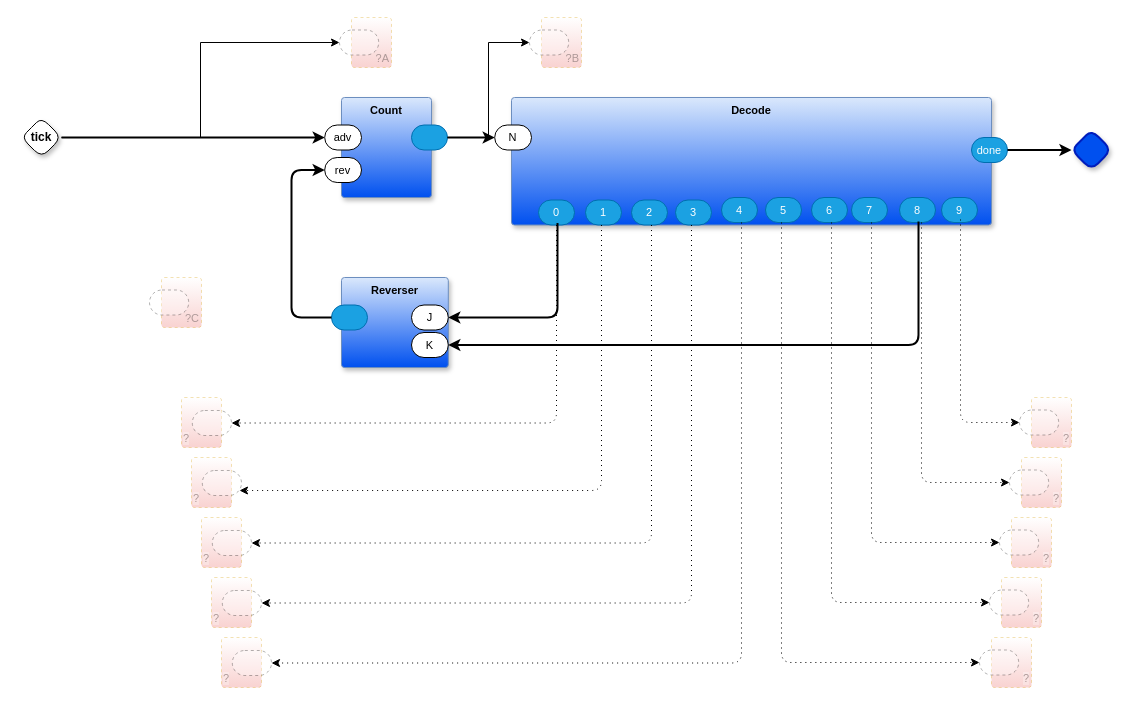
Before: page "bulk" (2 of 2) of larsen/scanner3/scanner3.drawio in guitarvydas/pong1d, a draw.io diagram. Source tidied: cells renumbered, new cells numbered last; positions are measured from the earlier drawing's top-left corner, leaving out a move shared by most shapes. Both pictures are drawn from the tidied source at 100%, with x=0, y=0 at pixel (21, 17).
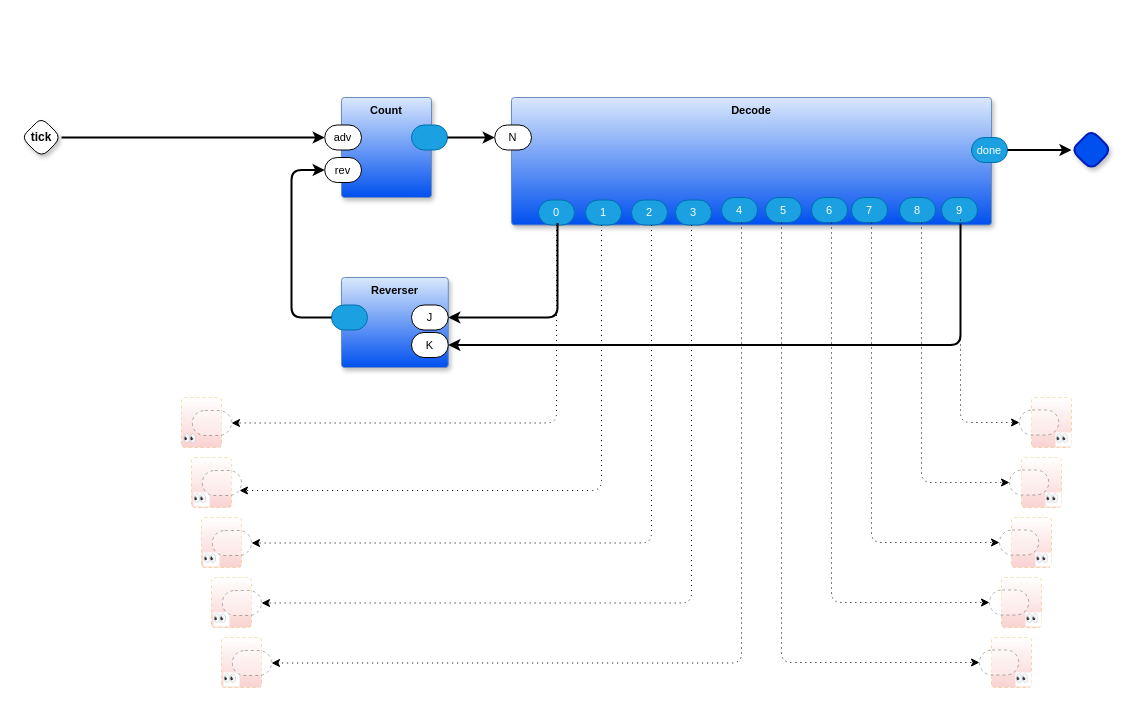
The same diagram, later.

The change refers to these unchanged cells:
```xml
<mxCell id="3" value="tick" style="rhombus;whiteSpace=wrap;html=1;rounded=1;fontStyle=1;glass=0;sketch=0;fontSize=12;points=[[0,0.5,0,0,0],[0.5,0,0,0,0],[0.5,1,0,0,0],[1,0.5,0,0,0]];shadow=1;fontFamily=Helvetica;fontColor=default;" parent="1" vertex="1">
  <mxGeometry y="100" width="40" height="40" as="geometry" />
</mxCell>
<mxCell id="6" style="rounded=1;whiteSpace=wrap;html=1;sketch=0;points=[[0,0.5,0,0,0],[1,0.5,0,0,0]];fillColor=#1ba1e2;fontColor=#ffffff;strokeColor=#006EAF;arcSize=50;fontFamily=Helvetica;fontSize=11;" parent="4" vertex="1">
  <mxGeometry x="70" y="27.5" width="36" height="25" as="geometry" />
</mxCell>
<mxCell id="11" value="K" style="rounded=1;whiteSpace=wrap;html=1;sketch=0;points=[[0,0.5,0,0,0],[1,0.5,0,0,0]];arcSize=50;fontFamily=Helvetica;fontSize=11;fontColor=default;" parent="8" vertex="1">
  <mxGeometry x="70" y="55" width="36.8" height="25" as="geometry" />
</mxCell>
<mxCell id="15" value="8" style="rounded=1;whiteSpace=wrap;html=1;sketch=0;points=[[0,0.5,0,0,0],[1,0.5,0,0,0]];fillColor=#1ba1e2;fontColor=#ffffff;strokeColor=#006EAF;arcSize=50;fontFamily=Helvetica;fontSize=11;" parent="13" vertex="1">
  <mxGeometry x="388" y="100" width="36" height="25" as="geometry" />
</mxCell>
<mxCell id="16" value="9" style="rounded=1;whiteSpace=wrap;html=1;sketch=0;points=[[0,0.5,0,0,0],[1,0.5,0,0,0]];fillColor=#1ba1e2;fontColor=#ffffff;strokeColor=#006EAF;arcSize=50;fontFamily=Helvetica;fontSize=11;" parent="13" vertex="1">
  <mxGeometry x="430" y="100" width="36" height="25" as="geometry" />
</mxCell>
```

Diff of the diagram source:
```diff
@@
-    <mxCell id="28" style="edgeStyle=orthogonalEdgeStyle;shape=connector;curved=0;rounded=1;jettySize=auto;html=1;entryX=1;entryY=0.5;entryDx=0;entryDy=0;entryPerimeter=0;strokeColor=default;strokeWidth=2;align=center;verticalAlign=middle;fontFamily=Helvetica;fontSize=11;fontColor=default;labelBackgroundColor=default;endArrow=classic;exitX=0.528;exitY=0.96;exitDx=0;exitDy=0;exitPerimeter=0;" parent="1" edge="1" source="15" target="11">
+    <mxCell id="28" style="edgeStyle=orthogonalEdgeStyle;shape=connector;curved=0;rounded=1;jettySize=auto;html=1;entryX=1;entryY=0.5;entryDx=0;entryDy=0;entryPerimeter=0;strokeColor=default;strokeWidth=2;align=center;verticalAlign=middle;fontFamily=Helvetica;fontSize=11;fontColor=default;labelBackgroundColor=default;endArrow=classic;exitX=0.528;exitY=1.04;exitDx=0;exitDy=0;exitPerimeter=0;" parent="1" edge="1" source="16" target="11">
       <mxGeometry relative="1" as="geometry" />
     </mxCell>
-    <mxCell id="29" value="?" style="rounded=1;whiteSpace=wrap;html=1;sketch=0;verticalAlign=bottom;arcSize=6;fontStyle=0;absoluteArcSize=1;shadow=0;strokeColor=#d79b00;fillColor=#FFFFFF;fontFamily=Helvetica;fontSize=11;dashed=1;opacity=30;align=right;textOpacity=30;gradientColor=#EA6B66;fontColor=default;labelBackgroundColor=default;" parent="1" vertex="1">
+    <mxCell id="29" value="👀" style="rounded=1;sketch=0;verticalAlign=bottom;arcSize=6;fontStyle=0;absoluteArcSize=1;shadow=0;strokeColor=#d79b00;fillColor=#FFFFFF;fontFamily=Helvetica;fontSize=11;dashed=1;opacity=30;align=right;gradientColor=#EA6B66;fontColor=default;labelBackgroundColor=default;" parent="1" vertex="1">
       <mxGeometry x="1010" y="380" width="40" height="50" as="geometry" />
     </mxCell>
@@
-    <mxCell id="32" value="?" style="rounded=1;whiteSpace=wrap;html=1;sketch=0;verticalAlign=bottom;arcSize=6;fontStyle=0;absoluteArcSize=1;shadow=0;strokeColor=#d79b00;fillColor=#FFFFFF;fontFamily=Helvetica;fontSize=11;dashed=1;opacity=30;align=right;textOpacity=30;gradientColor=#EA6B66;fontColor=default;labelBackgroundColor=default;" parent="1" vertex="1">
+    <mxCell id="32" value="👀" style="rounded=1;sketch=0;verticalAlign=bottom;arcSize=6;fontStyle=0;absoluteArcSize=1;shadow=0;strokeColor=#d79b00;fillColor=#FFFFFF;fontFamily=Helvetica;fontSize=11;dashed=1;opacity=30;align=right;gradientColor=#EA6B66;fontColor=default;labelBackgroundColor=default;" parent="1" vertex="1">
       <mxGeometry x="1000" y="440" width="40" height="50" as="geometry" />
     </mxCell>
@@
-    <mxCell id="34" value="?" style="rounded=1;whiteSpace=wrap;html=1;sketch=0;verticalAlign=bottom;arcSize=6;fontStyle=0;absoluteArcSize=1;shadow=0;strokeColor=#d79b00;fillColor=#FFFFFF;fontFamily=Helvetica;fontSize=11;dashed=1;opacity=30;align=right;textOpacity=30;gradientColor=#EA6B66;fontColor=default;labelBackgroundColor=default;" parent="1" vertex="1">
+    <mxCell id="34" value="👀" style="rounded=1;sketch=0;verticalAlign=bottom;arcSize=6;fontStyle=0;absoluteArcSize=1;shadow=0;strokeColor=#d79b00;fillColor=#FFFFFF;fontFamily=Helvetica;fontSize=11;dashed=1;opacity=30;align=right;gradientColor=#EA6B66;fontColor=default;labelBackgroundColor=default;" parent="1" vertex="1">
       <mxGeometry x="990" y="500" width="40" height="50" as="geometry" />
     </mxCell>
@@
-    <mxCell id="36" value="?" style="rounded=1;whiteSpace=wrap;html=1;sketch=0;verticalAlign=bottom;arcSize=6;fontStyle=0;absoluteArcSize=1;shadow=0;strokeColor=#d79b00;fillColor=#FFFFFF;fontFamily=Helvetica;fontSize=11;dashed=1;opacity=30;align=right;textOpacity=30;gradientColor=#EA6B66;fontColor=default;labelBackgroundColor=default;" parent="1" vertex="1">
+    <mxCell id="36" value="👀" style="rounded=1;sketch=0;verticalAlign=bottom;arcSize=6;fontStyle=0;absoluteArcSize=1;shadow=0;strokeColor=#d79b00;fillColor=#FFFFFF;fontFamily=Helvetica;fontSize=11;dashed=1;opacity=30;align=right;gradientColor=#EA6B66;fontColor=default;labelBackgroundColor=default;" parent="1" vertex="1">
       <mxGeometry x="980" y="560" width="40" height="50" as="geometry" />
     </mxCell>
@@
-    <mxCell id="38" value="?" style="rounded=1;whiteSpace=wrap;html=1;sketch=0;verticalAlign=bottom;arcSize=6;fontStyle=0;absoluteArcSize=1;shadow=0;strokeColor=#d79b00;fillColor=#FFFFFF;fontFamily=Helvetica;fontSize=11;dashed=1;opacity=30;align=right;textOpacity=30;gradientColor=#EA6B66;fontColor=default;labelBackgroundColor=default;" parent="1" vertex="1">
+    <mxCell id="38" value="👀" style="rounded=1;sketch=0;verticalAlign=bottom;arcSize=6;fontStyle=0;absoluteArcSize=1;shadow=0;strokeColor=#d79b00;fillColor=#FFFFFF;fontFamily=Helvetica;fontSize=11;dashed=1;opacity=30;align=right;gradientColor=#EA6B66;fontColor=default;labelBackgroundColor=default;" parent="1" vertex="1">
       <mxGeometry x="970" y="620" width="40" height="50" as="geometry" />
     </mxCell>
@@
-    <mxCell id="40" value="?" style="rounded=1;whiteSpace=wrap;html=1;sketch=0;verticalAlign=bottom;arcSize=6;fontStyle=0;absoluteArcSize=1;shadow=0;strokeColor=#d79b00;fillColor=#FFFFFF;fontFamily=Helvetica;fontSize=11;dashed=1;opacity=30;align=left;textOpacity=30;gradientColor=#EA6B66;fontColor=default;labelBackgroundColor=default;" parent="1" vertex="1">
+    <mxCell id="40" value="👀" style="rounded=1;sketch=0;verticalAlign=bottom;arcSize=6;fontStyle=0;absoluteArcSize=1;shadow=0;strokeColor=#d79b00;fillColor=#FFFFFF;fontFamily=Helvetica;fontSize=11;dashed=1;opacity=30;align=left;gradientColor=#EA6B66;fontColor=default;labelBackgroundColor=none;" parent="1" vertex="1">
       <mxGeometry x="160" y="380" width="40" height="50" as="geometry" />
     </mxCell>
@@
-    <mxCell id="46" value="?" style="rounded=1;whiteSpace=wrap;html=1;sketch=0;verticalAlign=bottom;arcSize=6;fontStyle=0;absoluteArcSize=1;shadow=0;strokeColor=#d79b00;fillColor=#FFFFFF;fontFamily=Helvetica;fontSize=11;dashed=1;opacity=30;align=left;textOpacity=30;gradientColor=#EA6B66;fontColor=default;labelBackgroundColor=default;" parent="1" vertex="1">
+    <mxCell id="46" value="👀" style="rounded=1;sketch=0;verticalAlign=bottom;arcSize=6;fontStyle=0;absoluteArcSize=1;shadow=0;strokeColor=#d79b00;fillColor=#FFFFFF;fontFamily=Helvetica;fontSize=11;dashed=1;opacity=30;align=left;gradientColor=#EA6B66;fontColor=default;labelBackgroundColor=default;" parent="1" vertex="1">
       <mxGeometry x="170" y="440" width="40" height="50" as="geometry" />
     </mxCell>
@@
-    <mxCell id="48" value="?" style="rounded=1;whiteSpace=wrap;html=1;sketch=0;verticalAlign=bottom;arcSize=6;fontStyle=0;absoluteArcSize=1;shadow=0;strokeColor=#d79b00;fillColor=#FFFFFF;fontFamily=Helvetica;fontSize=11;dashed=1;opacity=30;align=left;textOpacity=30;gradientColor=#EA6B66;fontColor=default;labelBackgroundColor=default;" parent="1" vertex="1">
+    <mxCell id="48" value="👀" style="rounded=1;sketch=0;verticalAlign=bottom;arcSize=6;fontStyle=0;absoluteArcSize=1;shadow=0;strokeColor=#d79b00;fillColor=#FFFFFF;fontFamily=Helvetica;fontSize=11;dashed=1;opacity=30;align=left;gradientColor=#EA6B66;fontColor=default;labelBackgroundColor=default;" parent="1" vertex="1">
       <mxGeometry x="180" y="500" width="40" height="50" as="geometry" />
     </mxCell>
@@
-    <mxCell id="50" value="?" style="rounded=1;whiteSpace=wrap;html=1;sketch=0;verticalAlign=bottom;arcSize=6;fontStyle=0;absoluteArcSize=1;shadow=0;strokeColor=#d79b00;fillColor=#FFFFFF;fontFamily=Helvetica;fontSize=11;dashed=1;opacity=30;align=left;textOpacity=30;gradientColor=#EA6B66;fontColor=default;labelBackgroundColor=default;" parent="1" vertex="1">
+    <mxCell id="50" value="👀" style="rounded=1;sketch=0;verticalAlign=bottom;arcSize=6;fontStyle=0;absoluteArcSize=1;shadow=0;strokeColor=#d79b00;fillColor=#FFFFFF;fontFamily=Helvetica;fontSize=11;dashed=1;opacity=30;align=left;gradientColor=#EA6B66;fontColor=default;labelBackgroundColor=default;" parent="1" vertex="1">
       <mxGeometry x="190" y="560" width="40" height="50" as="geometry" />
     </mxCell>
@@
-    <mxCell id="52" value="?" style="rounded=1;whiteSpace=wrap;html=1;sketch=0;verticalAlign=bottom;arcSize=6;fontStyle=0;absoluteArcSize=1;shadow=0;strokeColor=#d79b00;fillColor=#FFFFFF;fontFamily=Helvetica;fontSize=11;dashed=1;opacity=30;align=left;textOpacity=30;gradientColor=#EA6B66;fontColor=default;labelBackgroundColor=default;" parent="1" vertex="1">
+    <mxCell id="52" value="👀" style="rounded=1;sketch=0;verticalAlign=bottom;arcSize=6;fontStyle=0;absoluteArcSize=1;shadow=0;strokeColor=#d79b00;fillColor=#FFFFFF;fontFamily=Helvetica;fontSize=11;dashed=1;opacity=30;align=left;gradientColor=#EA6B66;fontColor=default;labelBackgroundColor=default;" parent="1" vertex="1">
       <mxGeometry x="200" y="620" width="40" height="50" as="geometry" />
     </mxCell>
@@
-    <mxCell id="59" value="?B" style="rounded=1;whiteSpace=wrap;html=1;sketch=0;verticalAlign=bottom;arcSize=6;fontStyle=0;absoluteArcSize=1;shadow=0;strokeColor=#d79b00;fillColor=#FFFFFF;fontFamily=Helvetica;fontSize=11;dashed=1;opacity=30;align=right;textOpacity=30;gradientColor=#EA6B66;fontColor=default;" parent="1" vertex="1">
-      <mxGeometry x="520" width="40" height="50" as="geometry" />
-    </mxCell>
-    <mxCell id="60" style="rounded=1;whiteSpace=wrap;html=1;sketch=0;points=[[0,0.5,0,0,0],[1,0.5,0,0,0]];arcSize=50;fontFamily=Helvetica;fontSize=11;fontColor=default;dashed=1;textOpacity=50;opacity=30;fontStyle=0;" parent="59" vertex="1">
-      <mxGeometry x="-12" y="12.5" width="39.2" height="25" as="geometry" />
-    </mxCell>
-    <mxCell id="61" style="edgeStyle=orthogonalEdgeStyle;rounded=0;jettySize=auto;html=1;exitX=1;exitY=0.5;exitDx=0;exitDy=0;exitPerimeter=0;entryX=0;entryY=0.5;entryDx=0;entryDy=0;entryPerimeter=0;" parent="1" edge="1" source="6" target="60">
-      <mxGeometry relative="1" as="geometry" />
-    </mxCell>
-    <mxCell id="62" value="?C" style="rounded=1;whiteSpace=wrap;html=1;sketch=0;verticalAlign=bottom;arcSize=6;fontStyle=0;absoluteArcSize=1;shadow=0;strokeColor=#d79b00;fillColor=#FFFFFF;fontFamily=Helvetica;fontSize=11;dashed=1;opacity=30;align=right;textOpacity=30;gradientColor=#EA6B66;fontColor=default;" parent="1" vertex="1">
-      <mxGeometry x="140" y="260" width="40" height="50" as="geometry" />
-    </mxCell>
-    <mxCell id="63" style="rounded=1;whiteSpace=wrap;html=1;sketch=0;arcSize=50;fontFamily=Helvetica;fontSize=11;fontColor=default;dashed=1;textOpacity=50;opacity=30;fontStyle=0;" parent="62" vertex="1">
-      <mxGeometry x="-12" y="12.5" width="39.2" height="25" as="geometry" />
-    </mxCell>
@@
-    <mxCell id="66" value="?A" style="rounded=1;whiteSpace=wrap;html=1;sketch=0;verticalAlign=bottom;arcSize=6;fontStyle=0;absoluteArcSize=1;shadow=0;strokeColor=#d79b00;fillColor=#FFFFFF;fontFamily=Helvetica;fontSize=11;dashed=1;opacity=30;align=right;textOpacity=30;gradientColor=#EA6B66;fontColor=default;" parent="1" vertex="1">
-      <mxGeometry x="330" width="40" height="50" as="geometry" />
-    </mxCell>
-    <mxCell id="67" style="rounded=1;whiteSpace=wrap;html=1;sketch=0;points=[[0,0.5,0,0,0],[1,0.5,0,0,0]];arcSize=50;fontFamily=Helvetica;fontSize=11;fontColor=default;dashed=1;textOpacity=50;opacity=30;fontStyle=0;" parent="66" vertex="1">
-      <mxGeometry x="-12" y="12.5" width="39.2" height="25" as="geometry" />
-    </mxCell>
-    <mxCell id="68" style="edgeStyle=orthogonalEdgeStyle;rounded=0;jettySize=auto;html=1;exitX=1;exitY=0.5;exitDx=0;exitDy=0;exitPerimeter=0;entryX=0;entryY=0.5;entryDx=0;entryDy=0;entryPerimeter=0;" parent="1" edge="1" source="3" target="67">
-      <mxGeometry relative="1" as="geometry" />
-    </mxCell>
```
